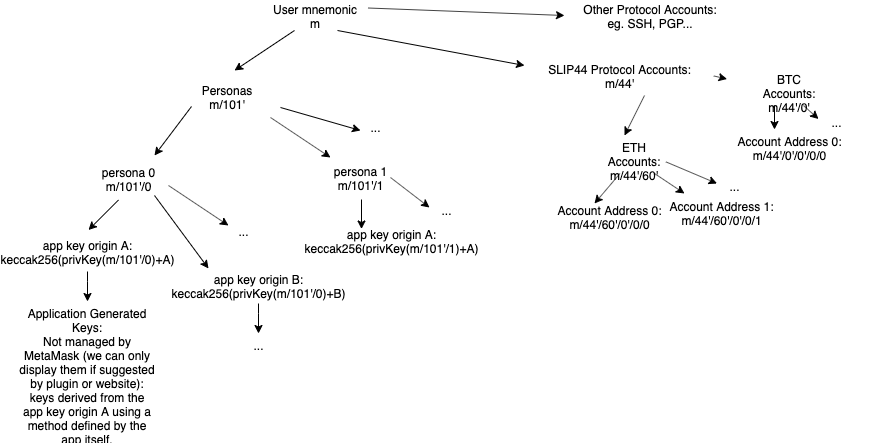
Before: HDtree.png, a diagram exported from draw.io (Bunjin/metamask-research). Source tidied: cells renumbered, new cells last; positions are measured from the earlier drawing's top-left corner, leaving out a move shared by most shapes.
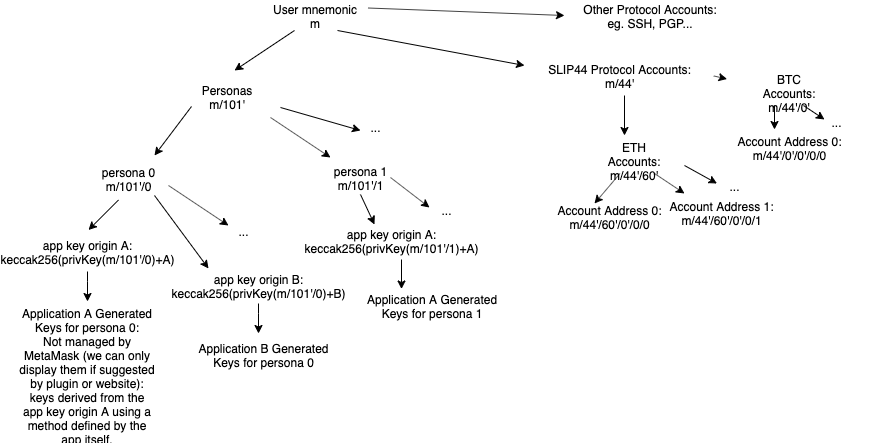
Above is the later version.

Change to the diagram source:
```diff
@@ -35,7 +35,7 @@
     <mxCell id="8" value="app key origin A:&lt;br&gt;keccak256(privKey(m/101'/0)+A)" style="text;html=1;strokeColor=none;fillColor=none;align=center;verticalAlign=middle;whiteSpace=wrap;rounded=0;" parent="1" vertex="1">
       <mxGeometry y="236" width="140" height="20" as="geometry" />
     </mxCell>
-    <mxCell id="9" value="Application Generated Keys:&lt;br&gt;Not managed by MetaMask (we can only display them if suggested by plugin or website):&lt;br&gt;keys derived from the app key origin A using a method defined by the app itself." style="text;html=1;strokeColor=none;fillColor=none;align=center;verticalAlign=middle;whiteSpace=wrap;rounded=0;" parent="1" vertex="1">
+    <mxCell id="9" value="Application A Generated Keys for persona 0:&lt;br&gt;Not managed by MetaMask (we can only display them if suggested by plugin or website):&lt;br&gt;keys derived from the app key origin A using a method defined by the app itself." style="text;html=1;strokeColor=none;fillColor=none;align=center;verticalAlign=middle;whiteSpace=wrap;rounded=0;" parent="1" vertex="1">
       <mxGeometry y="359" width="140" height="20" as="geometry" />
     </mxCell>
     <mxCell id="10" style="endArrow=classic;html=1;" parent="1" edge="1">
@@ -85,8 +85,8 @@
     </mxCell>
     <mxCell id="20" style="endArrow=classic;html=1;" parent="1" edge="1">
       <mxGeometry relative="1" as="geometry">
-        <mxPoint x="344" y="194" as="sourcePoint" />
-        <mxPoint x="344" y="223.5" as="targetPoint" />
+        <mxPoint x="343" y="189" as="sourcePoint" />
+        <mxPoint x="357" y="219" as="targetPoint" />
       </mxGeometry>
     </mxCell>
     <mxCell id="21" style="endArrow=classic;html=1;" parent="1" edge="1">
@@ -109,7 +109,7 @@
     </mxCell>
     <mxCell id="25" style="endArrow=classic;html=1;" parent="1" edge="1">
       <mxGeometry relative="1" as="geometry">
-        <mxPoint x="627" y="90" as="sourcePoint" />
+        <mxPoint x="607" y="90" as="sourcePoint" />
         <mxPoint x="607" y="130" as="targetPoint" />
       </mxGeometry>
     </mxCell>
@@ -134,9 +134,9 @@
     <mxCell id="30" value="Account Address 1:&lt;br&gt;m/44'/60'/0'/0/1" style="text;html=1;strokeColor=none;fillColor=none;align=center;verticalAlign=middle;whiteSpace=wrap;rounded=0;" parent="1" vertex="1">
       <mxGeometry x="619.5" y="197" width="169" height="20" as="geometry" />
     </mxCell>
-    <mxCell id="31" style="endArrow=classic;html=1;exitX=0.718;exitY=0.917;exitDx=0;exitDy=0;exitPerimeter=0;" parent="1" edge="1">
+    <mxCell id="31" style="endArrow=classic;html=1;" parent="1" edge="1">
       <mxGeometry relative="1" as="geometry">
-        <mxPoint x="648.3" y="156.3" as="sourcePoint" />
+        <mxPoint x="667" y="160" as="sourcePoint" />
         <mxPoint x="699.5" y="178" as="targetPoint" />
       </mxGeometry>
     </mxCell>
@@ -163,7 +163,7 @@
     <mxCell id="37" style="endArrow=classic;html=1;" parent="1" edge="1">
       <mxGeometry relative="1" as="geometry">
         <mxPoint x="786" y="100" as="sourcePoint" />
-        <mxPoint x="801" y="113.5" as="targetPoint" />
+        <mxPoint x="807" y="114" as="targetPoint" />
       </mxGeometry>
     </mxCell>
     <mxCell id="38" value="..." style="text;html=1;strokeColor=none;fillColor=none;align=center;verticalAlign=middle;whiteSpace=wrap;rounded=0;" parent="1" vertex="1">
@@ -188,8 +188,17 @@
         </Array>
       </mxGeometry>
     </mxCell>
-    <mxCell id="42" value="..." style="text;html=1;strokeColor=none;fillColor=none;align=center;verticalAlign=middle;whiteSpace=wrap;rounded=0;" parent="1" vertex="1">
-      <mxGeometry x="171" y="330" width="140" height="20" as="geometry" />
-    </mxCell>
+    <mxCell id="43" value="&lt;span style=&quot;text-align: left ; white-space: nowrap&quot;&gt;Application A Generated&lt;/span&gt;&lt;br style=&quot;text-align: left ; white-space: nowrap&quot;&gt;&lt;span style=&quot;text-align: left ; white-space: nowrap&quot;&gt;Keys for persona 1&lt;/span&gt;" style="text;html=1;strokeColor=none;fillColor=none;align=center;verticalAlign=middle;whiteSpace=wrap;rounded=0;" parent="1" vertex="1">
+      <mxGeometry x="394" y="290" width="40" height="20" as="geometry" />
+    </mxCell>
+    <mxCell id="44" style="endArrow=classic;html=1;" parent="1" edge="1">
+      <mxGeometry relative="1" as="geometry">
+        <mxPoint x="384" y="254" as="sourcePoint" />
+        <mxPoint x="384" y="283.5" as="targetPoint" />
+      </mxGeometry>
+    </mxCell>
+    <mxCell id="45" value="&lt;span style=&quot;text-align: left ; white-space: nowrap&quot;&gt;Application B Generated&lt;/span&gt;&lt;br style=&quot;text-align: left ; white-space: nowrap&quot;&gt;&lt;span style=&quot;text-align: left ; white-space: nowrap&quot;&gt;Keys for persona 0&lt;br&gt;&lt;/span&gt;" style="text;html=1;strokeColor=none;fillColor=none;align=center;verticalAlign=middle;whiteSpace=wrap;rounded=0;" parent="1" vertex="1">
+      <mxGeometry x="226" y="339" width="40" height="20" as="geometry" />
+    </mxCell>
   </root>
 </mxGraphModel>
```
